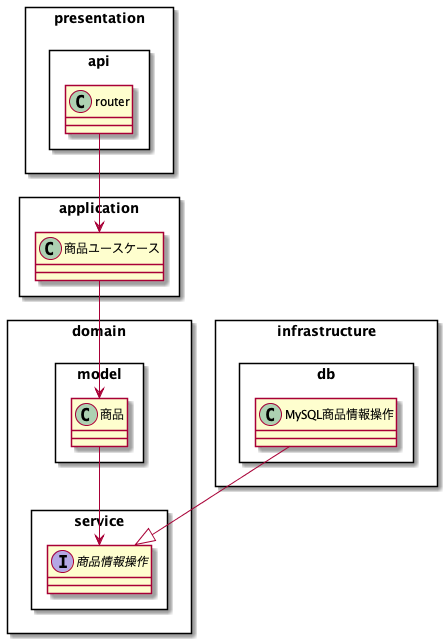
This is docs/class/class.png from kenta4327/example-of-ec-site, a PlantUML export, as it was before one commit.
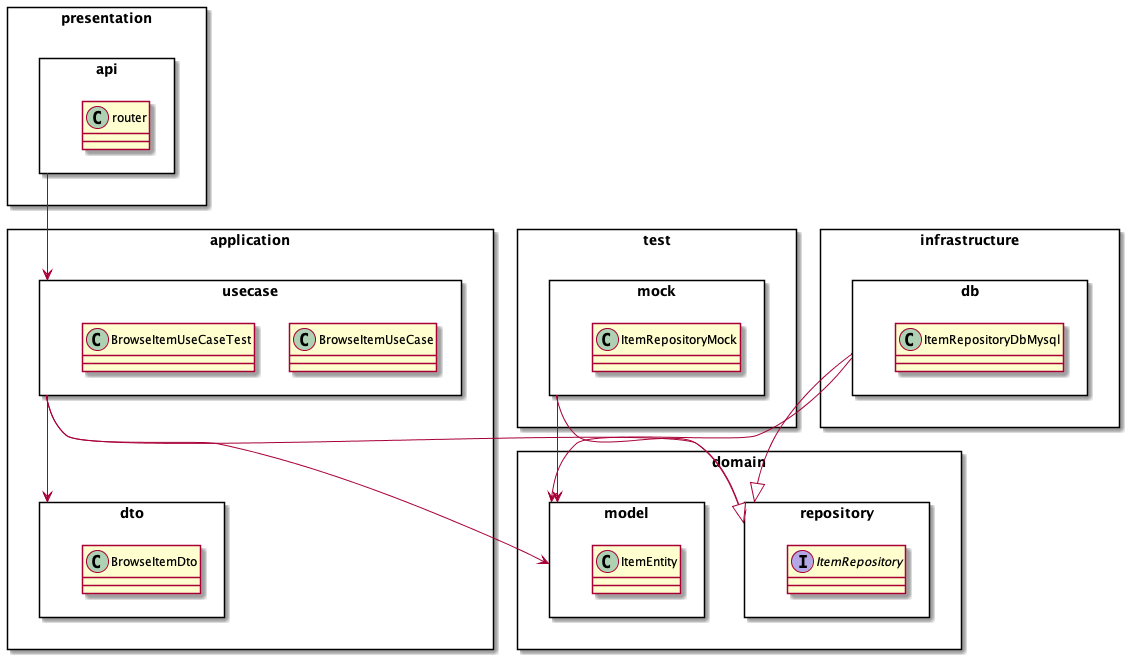
The same file after the commit.

Commit message:
クラス図修正

The edit, as a diff of the source:
```diff
@@ -6,29 +6,45 @@
     }
 }
 
+package test <<Rectangle>> {
+    package mock <<Rectangle>> {
+        class ItemRepositoryMock
+    }
+}
+
 package infrastructure <<Rectangle>> {
     package db <<Rectangle>> {
-        class MySQL商品情報操作
+        class ItemRepositoryDbMysql
     }
 }
 
 package application <<Rectangle>> {
-    class 商品ユースケース
+    package usecase <<Rectangle>> {
+        class BrowseItemUseCase
+        class BrowseItemUseCaseTest
+    }
+    package dto <<Rectangle>> {
+        class BrowseItemDto
+    }
 }
 
 package domain <<Rectangle>> {
-    package service <<Rectangle>> {
-        Interface 商品情報操作
+    package repository <<Rectangle>> {
+        Interface ItemRepository
     }
 
     package model <<Rectangle>> {
-        class 商品
+        class ItemEntity
     }
 }
 
-router --> 商品ユースケース
-商品ユースケース --> 商品
-商品 --> 商品情報操作
-MySQL商品情報操作 --|> 商品情報操作
+api --> usecase
+usecase --> repository
+usecase --> model
+usecase --> dto
+db --|> repository
+db --> model
+mock --|> repository
+mock --> model
 
 @enduml
```
